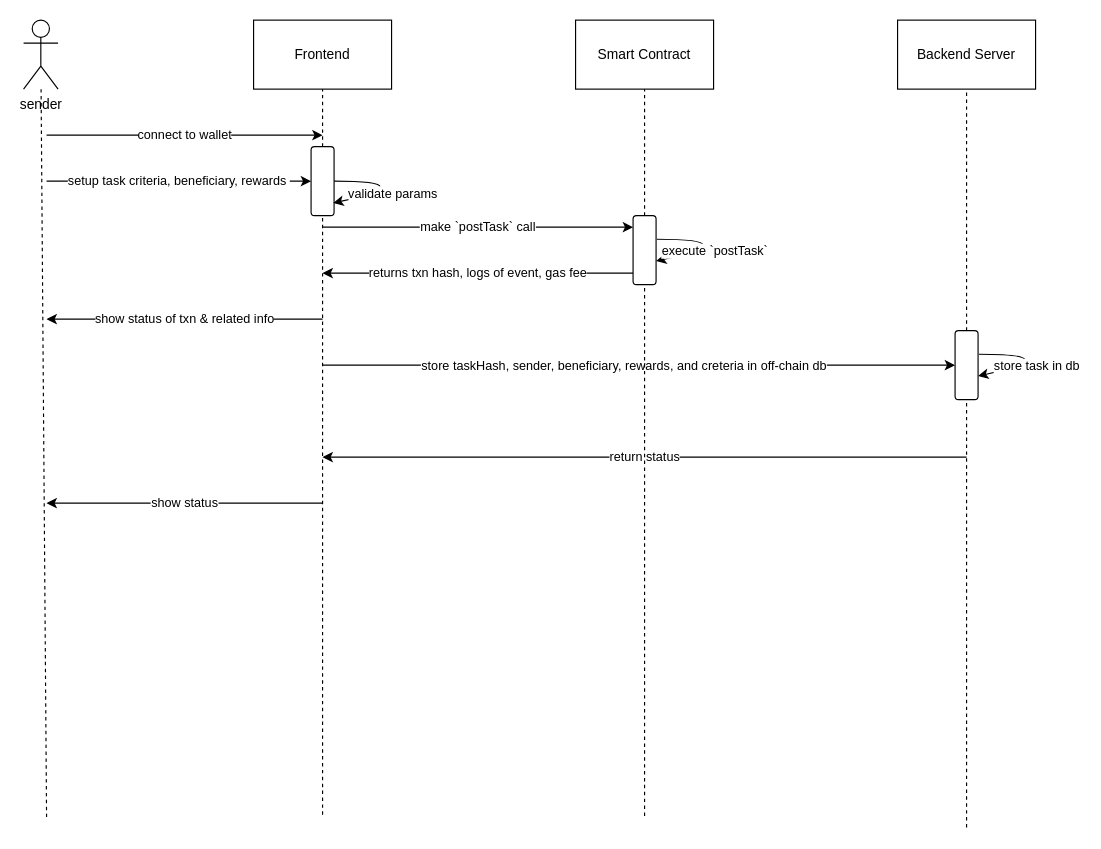
Earlier version of the draw.io diagram page "sender workflow" (3 of 4) of server/flowchart.drawio (jidalii/push). Source tidied: cells renumbered, new cells numbered last; positions are measured from the earlier drawing's top-left corner, leaving out a move shared by most shapes. Both pictures are drawn from the tidied source at 115%, with x=0, y=0 at pixel (23, 20).
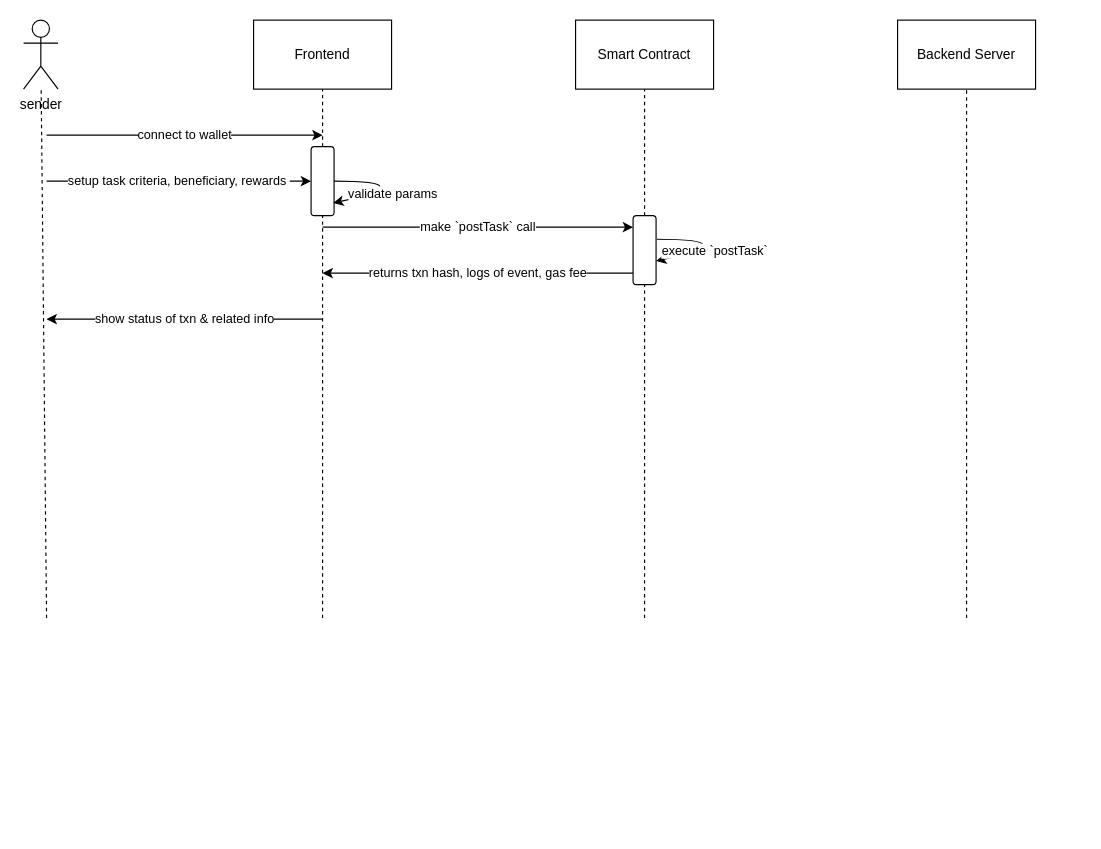
The same page after the edit.

The change refers to these unchanged cells:
```xml
<mxCell id="2" value="sender" style="shape=umlActor;verticalLabelPosition=bottom;verticalAlign=top;html=1;outlineConnect=0;" parent="1" vertex="1">
  <mxGeometry width="30" height="60" as="geometry" />
</mxCell>
<mxCell id="5" value="Backend Server" style="rounded=0;whiteSpace=wrap;html=1;" parent="1" vertex="1">
  <mxGeometry x="760" width="120" height="60" as="geometry" />
</mxCell>
<mxCell id="13" style="rounded=1;whiteSpace=wrap;html=1;" parent="1" vertex="1">
  <mxGeometry x="250" y="110" width="20" height="60" as="geometry" />
</mxCell>
<mxCell id="28" style="rounded=1;whiteSpace=wrap;html=1;" parent="1" vertex="1">
  <mxGeometry x="530" y="170" width="20" height="60" as="geometry" />
</mxCell>
```

The edit, as a diff of the source:
```diff
@@
     <mxCell id="9" style="endArrow=none;dashed=1;html=1;" parent="1" edge="1" target="2">
       <mxGeometry relative="1" as="geometry">
-        <mxPoint x="20" y="693" as="sourcePoint" />
+        <mxPoint x="20" y="520" as="sourcePoint" />
       </mxGeometry>
     </mxCell>
@@
-    <mxCell id="11" style="endArrow=none;dashed=1;html=1;entryX=0.5;entryY=1;entryDx=0;entryDy=0;startArrow=none;" parent="1" edge="1" source="22" target="5">
-      <mxGeometry relative="1" as="geometry" />
+    <mxCell id="11" style="endArrow=none;dashed=1;html=1;entryX=0.5;entryY=1;entryDx=0;entryDy=0;startArrow=none;" parent="1" edge="1" target="5">
+      <mxGeometry relative="1" as="geometry">
+        <mxPoint x="820" y="520" as="sourcePoint" />
+      </mxGeometry>
     </mxCell>
     <mxCell id="12" style="endArrow=none;dashed=1;html=1;entryX=0.5;entryY=1;entryDx=0;entryDy=0;" parent="1" edge="1" target="13">
       <mxGeometry relative="1" as="geometry">
-        <mxPoint x="260" y="691" as="sourcePoint" />
+        <mxPoint x="260" y="520" as="sourcePoint" />
       </mxGeometry>
     </mxCell>
@@
-    <mxCell id="18" value="return status" style="endArrow=classic;html=1;" parent="1" edge="1">
-      <mxGeometry relative="1" as="geometry">
-        <mxPoint x="820" y="380" as="sourcePoint" />
-        <mxPoint x="260" y="380" as="targetPoint" />
-      </mxGeometry>
-    </mxCell>
@@
-    <mxCell id="20" value="show status" style="endArrow=classic;html=1;" parent="1" edge="1">
-      <mxGeometry relative="1" as="geometry">
-        <mxPoint x="260" y="420" as="sourcePoint" />
-        <mxPoint x="20" y="420" as="targetPoint" />
-      </mxGeometry>
-    </mxCell>
-    <mxCell id="21" style="endArrow=none;dashed=1;html=1;entryX=0.5;entryY=1;entryDx=0;entryDy=0;" parent="1" edge="1" target="22">
-      <mxGeometry relative="1" as="geometry">
-        <mxPoint x="820" y="702" as="sourcePoint" />
-      </mxGeometry>
-    </mxCell>
-    <mxCell id="22" style="rounded=1;whiteSpace=wrap;html=1;" parent="1" vertex="1">
-      <mxGeometry x="810" y="270" width="20" height="60" as="geometry" />
-    </mxCell>
-    <mxCell id="23" style="endArrow=classic;html=1;" parent="1" edge="1">
-      <mxGeometry relative="1" as="geometry">
-        <mxPoint x="260" y="300" as="sourcePoint" />
-        <mxPoint x="810" y="300" as="targetPoint" />
-      </mxGeometry>
-    </mxCell>
-    <mxCell id="24" value="store taskHash, sender, beneficiary, rewards, and creteria in off-chain db" style="edgeLabel;html=1;align=center;verticalAlign=middle;" parent="23" vertex="1">
-      <mxGeometry x="-0.05" relative="1" as="geometry" />
-    </mxCell>
-    <mxCell id="25" style="curved=1;endArrow=classic;html=1;exitX=1;exitY=0.5;exitDx=0;exitDy=0;entryX=0.964;entryY=0.817;entryDx=0;entryDy=0;entryPerimeter=0;" parent="1" edge="1">
-      <mxGeometry relative="1" as="geometry">
-        <mxPoint x="830.7" y="290.5" as="sourcePoint" />
-        <mxPoint x="830" y="309.5" as="targetPoint" />
-        <Array as="points">
-          <mxPoint x="870.7" y="290.5" />
-          <mxPoint x="870.7" y="300.5" />
-        </Array>
-      </mxGeometry>
-    </mxCell>
-    <mxCell id="26" value="store task in db" style="edgeLabel;html=1;align=center;verticalAlign=middle;" parent="25" vertex="1">
-      <mxGeometry x="-0.01" y="-2" relative="1" as="geometry">
-        <mxPoint x="12" y="5" as="offset" />
-      </mxGeometry>
-    </mxCell>
     <mxCell id="27" style="endArrow=none;dashed=1;html=1;entryX=0.5;entryY=1;entryDx=0;entryDy=0;" parent="1" edge="1" target="28">
       <mxGeometry relative="1" as="geometry">
-        <mxPoint x="540" y="692" as="sourcePoint" />
+        <mxPoint x="540" y="520" as="sourcePoint" />
       </mxGeometry>
     </mxCell>
```
